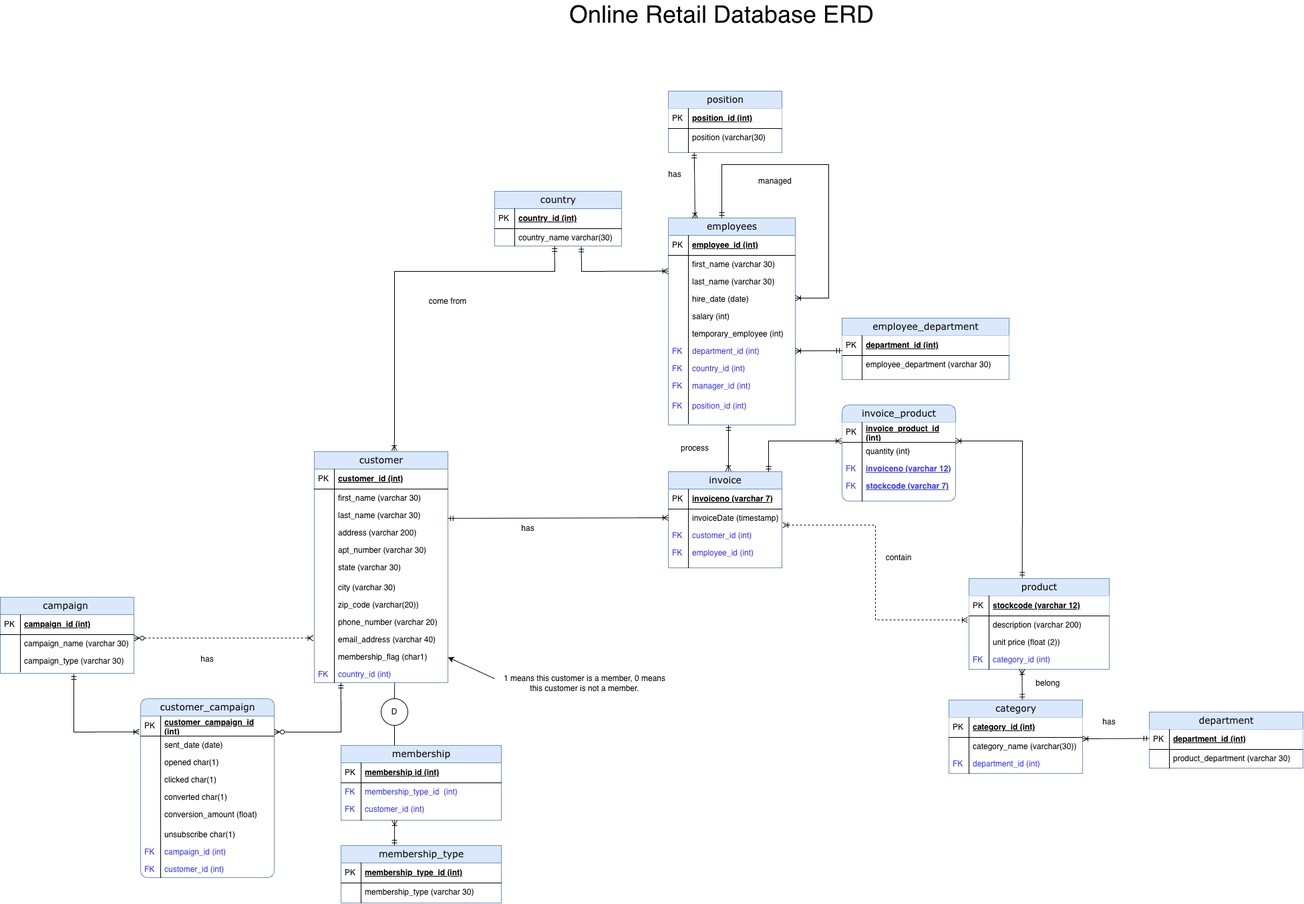
Above: ERD/Online_retail_ERD.png in zhenzhebao/Retail-Sales-Analytics-and-Reporting (draw.io), before the change. Source tidied: cells renumbered, new cells last; positions are measured from the earlier drawing's top-left corner, leaving out a move shared by most shapes.
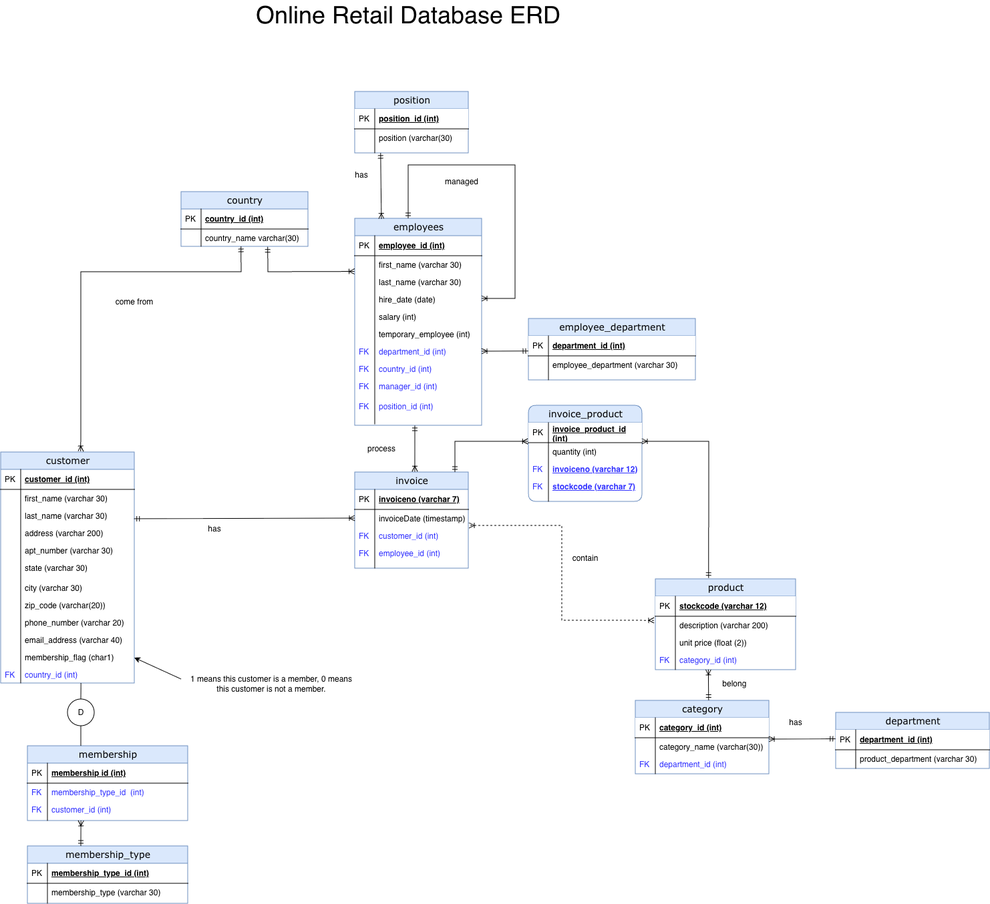
Above is the later version.

The edit, as a diff of the source:
```diff
@@ -532,116 +532,5 @@
         <mxPoint x="670" y="978" as="targetPoint" />
       </mxGeometry>
     </mxCell>
-    <mxCell id="163" value="campaign&amp;nbsp;" style="swimlane;html=1;fontStyle=0;horizontal=1;startSize=26;fillColor=#dae8fc;swimlaneFillColor=#ffffff;align=center;rounded=0;shadow=0;comic=0;labelBackgroundColor=none;strokeWidth=1;fontFamily=Verdana;fontSize=14;strokeColor=#6c8ebf;" parent="1" vertex="1">
-      <mxGeometry y="888" width="200" height="114" as="geometry" />
-    </mxCell>
-    <mxCell id="164" value="campaign_id (int)" style="shape=partialRectangle;top=0;left=0;right=0;bottom=1;html=1;align=left;verticalAlign=middle;fillColor=none;spacingLeft=34;spacingRight=4;whiteSpace=wrap;overflow=hidden;fontStyle=5;" parent="163" vertex="1">
-      <mxGeometry y="26" width="200" height="30" as="geometry" />
-    </mxCell>
-    <mxCell id="165" value="PK" style="shape=partialRectangle;top=0;left=0;bottom=0;html=1;fillColor=none;align=left;verticalAlign=middle;spacingLeft=4;spacingRight=4;whiteSpace=wrap;overflow=hidden;" parent="164" vertex="1">
-      <mxGeometry width="30" height="30" as="geometry" />
-    </mxCell>
-    <mxCell id="166" value="campaign_name (varchar 30)" style="shape=partialRectangle;top=0;left=0;right=0;bottom=0;html=1;align=left;verticalAlign=top;fillColor=none;spacingLeft=34;spacingRight=4;whiteSpace=wrap;overflow=hidden;points=[[0,0.5],[1,0.5]];portConstraint=eastwest;" parent="163" vertex="1">
-      <mxGeometry y="56" width="200" height="26" as="geometry" />
-    </mxCell>
-    <mxCell id="167" style="shape=partialRectangle;top=0;left=0;bottom=0;html=1;fillColor=none;align=left;verticalAlign=top;spacingLeft=4;spacingRight=4;whiteSpace=wrap;overflow=hidden;" parent="166" vertex="1">
-      <mxGeometry width="30" height="26" as="geometry" />
-    </mxCell>
-    <mxCell id="168" value="campaign_type (varchar 30)" style="shape=partialRectangle;top=0;left=0;right=0;bottom=0;html=1;align=left;verticalAlign=top;fillColor=none;spacingLeft=34;spacingRight=4;whiteSpace=wrap;overflow=hidden;" parent="163" vertex="1">
-      <mxGeometry y="82" width="200" height="26" as="geometry" />
-    </mxCell>
-    <mxCell id="169" style="shape=partialRectangle;top=0;left=0;bottom=0;html=1;fillColor=none;align=left;verticalAlign=top;spacingLeft=4;spacingRight=4;whiteSpace=wrap;overflow=hidden;" parent="168" vertex="1">
-      <mxGeometry width="30" height="26" as="geometry" />
-    </mxCell>
-    <mxCell id="170" style="shape=partialRectangle;top=0;left=0;right=0;bottom=0;html=1;align=left;verticalAlign=top;fillColor=none;spacingLeft=34;spacingRight=4;whiteSpace=wrap;overflow=hidden;" parent="163" vertex="1">
-      <mxGeometry y="108" width="200" height="4" as="geometry" />
-    </mxCell>
-    <mxCell id="171" style="shape=partialRectangle;top=0;left=0;bottom=0;html=1;fillColor=none;align=left;verticalAlign=top;spacingLeft=4;spacingRight=4;whiteSpace=wrap;overflow=hidden;" parent="170" vertex="1">
-      <mxGeometry width="30" height="4" as="geometry" />
-    </mxCell>
-    <mxCell id="172" style="endArrow=ERoneToMany;html=1;rounded=0;entryX=-0.007;entryY=0.433;entryDx=0;entryDy=0;exitX=1.002;exitY=0.203;exitDx=0;exitDy=0;exitPerimeter=0;startArrow=ERzeroToMany;startFill=0;endFill=0;entryPerimeter=0;dashed=1;" parent="1" edge="1" source="166" target="45">
-      <mxGeometry relative="1" as="geometry" />
-    </mxCell>
-    <mxCell id="173" value="customer_campaign" style="swimlane;html=1;fontStyle=0;horizontal=1;startSize=26;fillColor=#dae8fc;swimlaneFillColor=#ffffff;align=center;rounded=1;shadow=0;comic=0;labelBackgroundColor=none;strokeWidth=1;fontFamily=Verdana;fontSize=14;strokeColor=#6c8ebf;gradientColor=none;" parent="1" vertex="1">
-      <mxGeometry x="210" y="1040" width="200" height="268" as="geometry" />
-    </mxCell>
-    <mxCell id="174" value="customer_campaign_id (int)" style="shape=partialRectangle;top=0;left=0;right=0;bottom=1;html=1;align=left;verticalAlign=middle;fillColor=none;spacingLeft=34;spacingRight=4;whiteSpace=wrap;overflow=hidden;points=[[0,0.5],[1,0.5]];portConstraint=eastwest;fontStyle=5;" parent="173" vertex="1">
-      <mxGeometry y="26" width="200" height="30" as="geometry" />
-    </mxCell>
-    <mxCell id="175" value="PK" style="shape=partialRectangle;top=0;left=0;bottom=0;html=1;fillColor=none;align=left;verticalAlign=middle;spacingLeft=4;spacingRight=4;whiteSpace=wrap;overflow=hidden;" parent="174" vertex="1">
-      <mxGeometry width="30" height="30" as="geometry" />
-    </mxCell>
-    <mxCell id="176" value="sent_date (date)" style="shape=partialRectangle;top=0;left=0;right=0;bottom=0;html=1;align=left;verticalAlign=top;fillColor=none;spacingLeft=34;spacingRight=4;whiteSpace=wrap;overflow=hidden;" parent="173" vertex="1">
-      <mxGeometry y="56" width="200" height="26" as="geometry" />
-    </mxCell>
-    <mxCell id="177" style="shape=partialRectangle;top=0;left=0;bottom=0;html=1;fillColor=none;align=left;verticalAlign=top;spacingLeft=4;spacingRight=4;whiteSpace=wrap;overflow=hidden;" parent="176" vertex="1">
-      <mxGeometry width="30" height="26" as="geometry" />
-    </mxCell>
-    <mxCell id="178" value="opened char(1)" style="shape=partialRectangle;top=0;left=0;right=0;bottom=0;html=1;align=left;verticalAlign=top;fillColor=none;spacingLeft=34;spacingRight=4;whiteSpace=wrap;overflow=hidden;" parent="173" vertex="1">
-      <mxGeometry y="82" width="200" height="26" as="geometry" />
-    </mxCell>
-    <mxCell id="179" style="shape=partialRectangle;top=0;left=0;bottom=0;html=1;fillColor=none;align=left;verticalAlign=top;spacingLeft=4;spacingRight=4;whiteSpace=wrap;overflow=hidden;" parent="178" vertex="1">
-      <mxGeometry width="30" height="26" as="geometry" />
-    </mxCell>
-    <mxCell id="180" value="clicked char(1)" style="shape=partialRectangle;top=0;left=0;right=0;bottom=0;html=1;align=left;verticalAlign=top;fillColor=none;spacingLeft=34;spacingRight=4;whiteSpace=wrap;overflow=hidden;" parent="173" vertex="1">
-      <mxGeometry y="108" width="200" height="26" as="geometry" />
-    </mxCell>
-    <mxCell id="181" style="shape=partialRectangle;top=0;left=0;bottom=0;html=1;fillColor=none;align=left;verticalAlign=top;spacingLeft=4;spacingRight=4;whiteSpace=wrap;overflow=hidden;" parent="180" vertex="1">
-      <mxGeometry width="30" height="26" as="geometry" />
-    </mxCell>
-    <mxCell id="182" value="converted char(1)" style="shape=partialRectangle;top=0;left=0;right=0;bottom=0;html=1;align=left;verticalAlign=top;fillColor=none;spacingLeft=34;spacingRight=4;whiteSpace=wrap;overflow=hidden;" parent="173" vertex="1">
-      <mxGeometry y="134" width="200" height="26" as="geometry" />
-    </mxCell>
-    <mxCell id="183" style="shape=partialRectangle;top=0;left=0;bottom=0;html=1;fillColor=none;align=left;verticalAlign=top;spacingLeft=4;spacingRight=4;whiteSpace=wrap;overflow=hidden;" parent="182" vertex="1">
-      <mxGeometry width="30" height="26" as="geometry" />
-    </mxCell>
-    <mxCell id="184" value="conversion_amount (float)" style="shape=partialRectangle;top=0;left=0;right=0;bottom=0;html=1;align=left;verticalAlign=top;fillColor=none;spacingLeft=34;spacingRight=4;whiteSpace=wrap;overflow=hidden;fontColor=#000000;" parent="173" vertex="1">
-      <mxGeometry y="160" width="200" height="26" as="geometry" />
-    </mxCell>
-    <mxCell id="185" style="shape=partialRectangle;top=0;left=0;bottom=0;html=1;fillColor=none;align=left;verticalAlign=top;spacingLeft=4;spacingRight=4;whiteSpace=wrap;overflow=hidden;fontColor=#000000;" parent="184" vertex="1">
-      <mxGeometry width="30" height="26" as="geometry" />
-    </mxCell>
-    <mxCell id="186" style="shape=partialRectangle;top=0;left=0;right=0;bottom=0;html=1;align=left;verticalAlign=top;fillColor=none;spacingLeft=34;spacingRight=4;whiteSpace=wrap;overflow=hidden;" parent="173" vertex="1">
-      <mxGeometry y="186" width="200" height="4" as="geometry" />
-    </mxCell>
-    <mxCell id="187" style="shape=partialRectangle;top=0;left=0;bottom=0;html=1;fillColor=none;align=left;verticalAlign=top;spacingLeft=4;spacingRight=4;whiteSpace=wrap;overflow=hidden;" parent="186" vertex="1">
-      <mxGeometry width="30" height="4" as="geometry" />
-    </mxCell>
-    <mxCell id="188" value="unsubscribe char(1)" style="shape=partialRectangle;top=0;left=0;right=0;bottom=0;html=1;align=left;verticalAlign=top;fillColor=none;spacingLeft=34;spacingRight=4;whiteSpace=wrap;overflow=hidden;fontColor=#000000;" parent="173" vertex="1">
-      <mxGeometry y="190" width="200" height="26" as="geometry" />
-    </mxCell>
-    <mxCell id="189" style="shape=partialRectangle;top=0;left=0;bottom=0;html=1;fillColor=none;align=left;verticalAlign=top;spacingLeft=4;spacingRight=4;whiteSpace=wrap;overflow=hidden;fontColor=#000000;" parent="188" vertex="1">
-      <mxGeometry width="30" height="26" as="geometry" />
-    </mxCell>
-    <mxCell id="190" value="&lt;font style=&quot;color: rgb(51, 51, 255);&quot;&gt;campaign_id (int)&lt;/font&gt;" style="shape=partialRectangle;top=0;left=0;right=0;bottom=0;html=1;align=left;verticalAlign=top;fillColor=none;spacingLeft=34;spacingRight=4;whiteSpace=wrap;overflow=hidden;fontColor=#000000;" parent="173" vertex="1">
-      <mxGeometry y="216" width="200" height="26" as="geometry" />
-    </mxCell>
-    <mxCell id="191" value="&lt;font style=&quot;color: rgb(51, 51, 255);&quot;&gt;FK&lt;/font&gt;" style="shape=partialRectangle;top=0;left=0;bottom=0;html=1;fillColor=none;align=left;verticalAlign=top;spacingLeft=4;spacingRight=4;whiteSpace=wrap;overflow=hidden;fontColor=#000000;" parent="190" vertex="1">
-      <mxGeometry width="30" height="26" as="geometry" />
-    </mxCell>
-    <mxCell id="192" value="&lt;font style=&quot;color: rgb(51, 51, 255);&quot;&gt;customer_id (int)&lt;/font&gt;" style="shape=partialRectangle;top=0;left=0;right=0;bottom=0;html=1;align=left;verticalAlign=top;fillColor=none;spacingLeft=34;spacingRight=4;whiteSpace=wrap;overflow=hidden;fontColor=#000000;" parent="173" vertex="1">
-      <mxGeometry y="242" width="200" height="26" as="geometry" />
-    </mxCell>
-    <mxCell id="193" value="&lt;font style=&quot;color: rgb(51, 51, 255);&quot;&gt;FK&lt;/font&gt;" style="shape=partialRectangle;top=0;left=0;bottom=0;html=1;fillColor=none;align=left;verticalAlign=top;spacingLeft=4;spacingRight=4;whiteSpace=wrap;overflow=hidden;fontColor=#000000;" parent="192" vertex="1">
-      <mxGeometry width="30" height="26" as="geometry" />
-    </mxCell>
-    <mxCell id="194" style="endArrow=ERoneToMany;html=1;rounded=0;entryX=-0.01;entryY=0.787;entryDx=0;entryDy=0;startArrow=ERmandOne;startFill=0;endFill=0;entryPerimeter=0;" parent="1" edge="1" target="174">
-      <mxGeometry relative="1" as="geometry">
-        <mxPoint x="110" y="1003" as="sourcePoint" />
-        <Array as="points">
-          <mxPoint x="110" y="1090" />
-        </Array>
-      </mxGeometry>
-    </mxCell>
-    <mxCell id="195" style="endArrow=ERzeroToMany;html=1;rounded=0;entryX=1.001;entryY=0.795;entryDx=0;entryDy=0;startArrow=ERmandOne;startFill=0;endFill=0;entryPerimeter=0;exitX=0.199;exitY=0.996;exitDx=0;exitDy=0;exitPerimeter=0;" parent="1" edge="1" source="49" target="174">
-      <mxGeometry relative="1" as="geometry">
-        <Array as="points">
-          <mxPoint x="510" y="1090" />
-        </Array>
-      </mxGeometry>
-    </mxCell>
-    <mxCell id="196" value="has" style="text;html=1;whiteSpace=wrap;strokeColor=none;fillColor=none;align=center;verticalAlign=middle;rounded=0;" parent="1" vertex="1">
-      <mxGeometry x="280" y="966" width="60" height="30" as="geometry" />
-    </mxCell>
   </root>
 </mxGraphModel>
```
